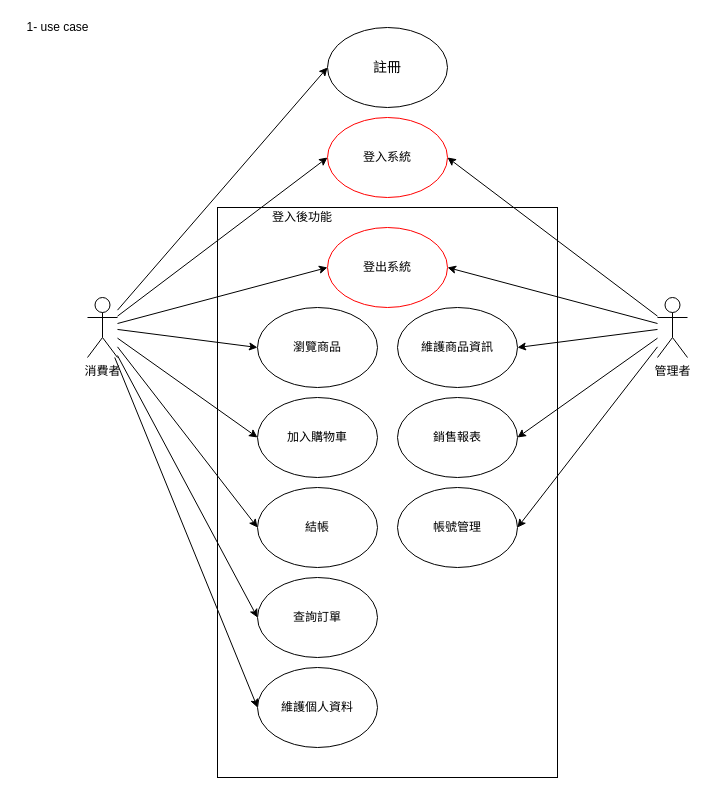
Before: page "use case" (1 of 2) of Document/use case.drawio in kurt6783/AK49-Shop, a draw.io diagram. Source tidied: cells renumbered, new cells numbered last; positions are measured from the earlier drawing's top-left corner, leaving out a move shared by most shapes. Both pictures are drawn from the tidied source at 100%, with x=0, y=0 at pixel (17, 17).
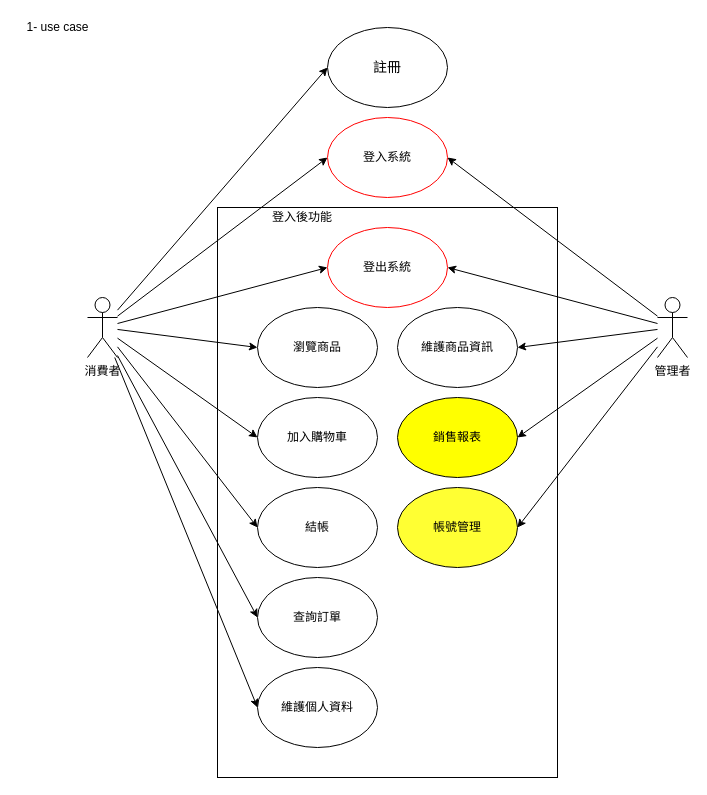
The same page after the edit.

Commit message (it also covers changes not shown here):
編輯use case

Diff of the diagram source:
```diff
@@
-    <mxCell id="14" value="銷售報表" style="ellipse;whiteSpace=wrap;html=1;" parent="1" vertex="1">
+    <mxCell id="14" value="銷售報表" style="ellipse;whiteSpace=wrap;html=1;fillColor=#FFFF00;" parent="1" vertex="1">
       <mxGeometry x="380" y="380" width="120" height="80" as="geometry" />
     </mxCell>
-    <mxCell id="15" value="帳號管理" style="ellipse;whiteSpace=wrap;html=1;" parent="1" vertex="1">
+    <mxCell id="15" value="帳號管理" style="ellipse;whiteSpace=wrap;html=1;fillColor=#FFFF33;" parent="1" vertex="1">
       <mxGeometry x="380" y="470" width="120" height="80" as="geometry" />
     </mxCell>
```
